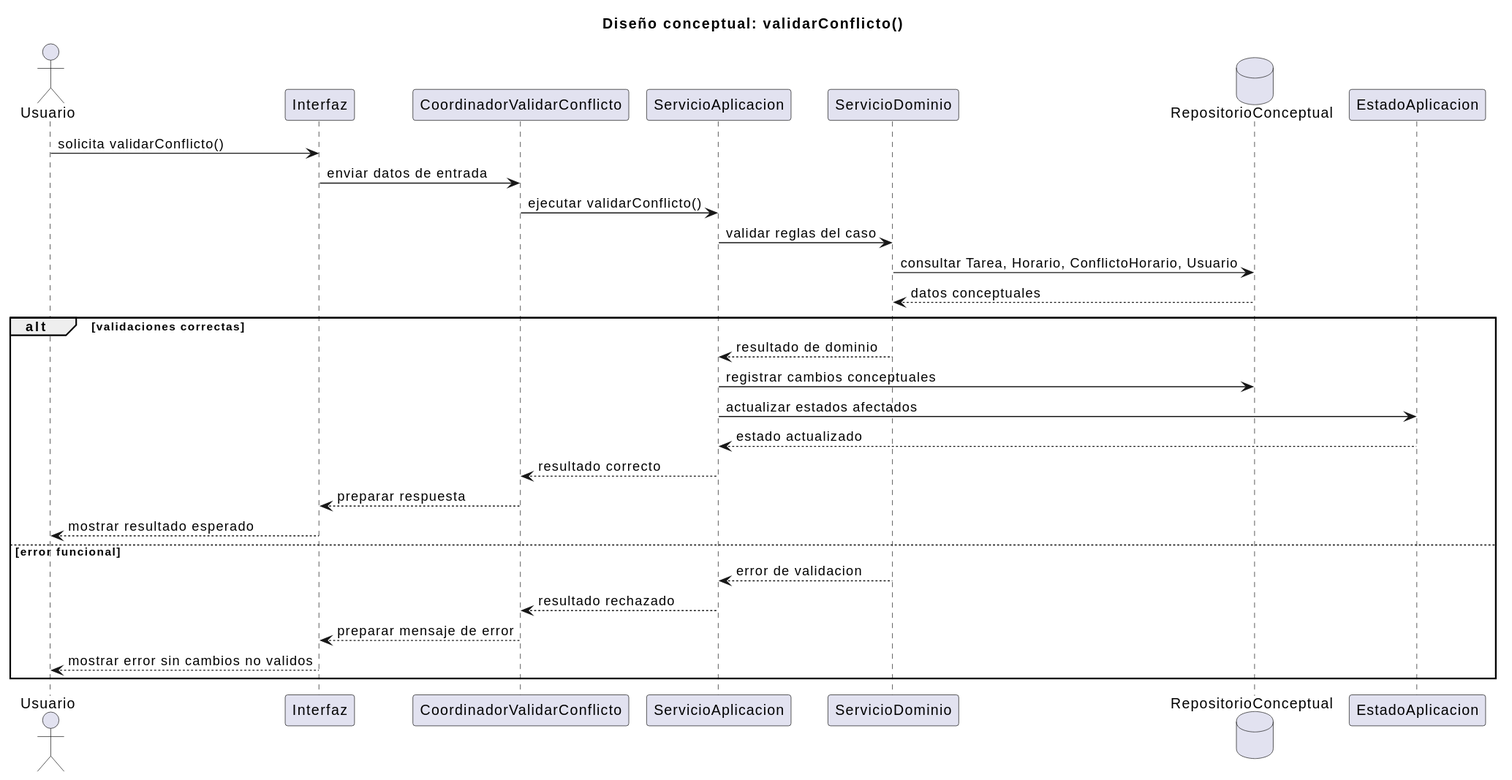
Above: documents/RUP/02-diseño/casos-uso/gestion-tareas/validarConflicto/secuencia.svg in inigovaqueroo04/25-26-idsw2-sdVC (PlantUML), before the change.
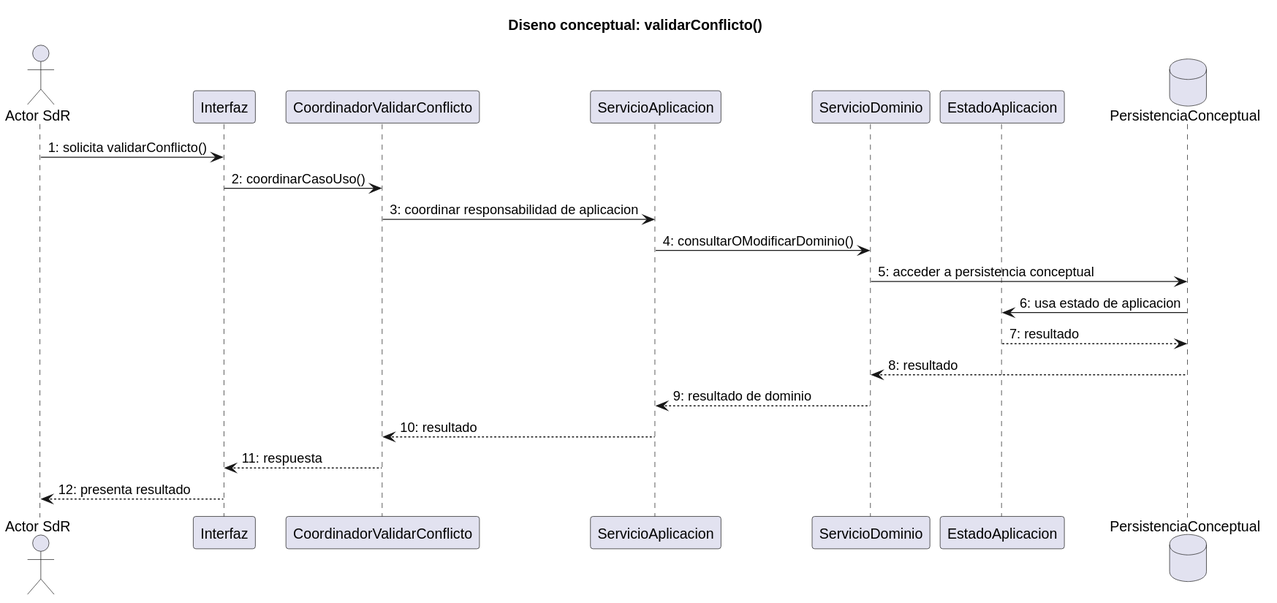
Above is the later version.

Commit message:
docs: ajustar diseno de validar conflicto

Diff of the diagram source:
```diff
@@ -1,33 +1,24 @@
 @startuml
-title Diseño conceptual: validarConflicto()
+title Diseno conceptual: validarConflicto()
 
-actor "Usuario" as Usuario
+actor "Actor SdR" as Actor
 participant "Interfaz" as Interfaz
 participant "CoordinadorValidarConflicto" as Coordinador
 participant "ServicioAplicacion" as ServicioAplicacion
 participant "ServicioDominio" as ServicioDominio
-database "RepositorioConceptual" as Repositorio
 participant "EstadoAplicacion" as EstadoAplicacion
+database "PersistenciaConceptual" as Persistencia
 
-Usuario -> Interfaz : solicita validarConflicto()
-Interfaz -> Coordinador : enviar datos de entrada
-Coordinador -> ServicioAplicacion : ejecutar validarConflicto()
-ServicioAplicacion -> ServicioDominio : validar reglas del caso
-ServicioDominio -> Repositorio : consultar Tarea, Horario, ConflictoHorario, Usuario
-Repositorio --> ServicioDominio : datos conceptuales
-
-alt validaciones correctas
-  ServicioDominio --> ServicioAplicacion : resultado de dominio
-  ServicioAplicacion -> Repositorio : registrar cambios conceptuales
-  ServicioAplicacion -> EstadoAplicacion : actualizar estados afectados
-  EstadoAplicacion --> ServicioAplicacion : estado actualizado
-  ServicioAplicacion --> Coordinador : resultado correcto
-  Coordinador --> Interfaz : preparar respuesta
-  Interfaz --> Usuario : mostrar resultado esperado
-else error funcional
-  ServicioDominio --> ServicioAplicacion : error de validacion
-  ServicioAplicacion --> Coordinador : resultado rechazado
-  Coordinador --> Interfaz : preparar mensaje de error
-  Interfaz --> Usuario : mostrar error sin cambios no validos
-end
+Actor -> Interfaz : 1: solicita validarConflicto()
+Interfaz -> Coordinador : 2: coordinarCasoUso()
+Coordinador -> ServicioAplicacion : 3: coordinar responsabilidad de aplicacion
+ServicioAplicacion -> ServicioDominio : 4: consultarOModificarDominio()
+ServicioDominio -> Persistencia : 5: acceder a persistencia conceptual
+Persistencia -> EstadoAplicacion : 6: usa estado de aplicacion
+EstadoAplicacion --> Persistencia : 7: resultado
+Persistencia --> ServicioDominio : 8: resultado
+ServicioDominio --> ServicioAplicacion : 9: resultado de dominio
+ServicioAplicacion --> Coordinador : 10: resultado
+Coordinador --> Interfaz : 11: respuesta
+Interfaz --> Actor : 12: presenta resultado
 @enduml
```
